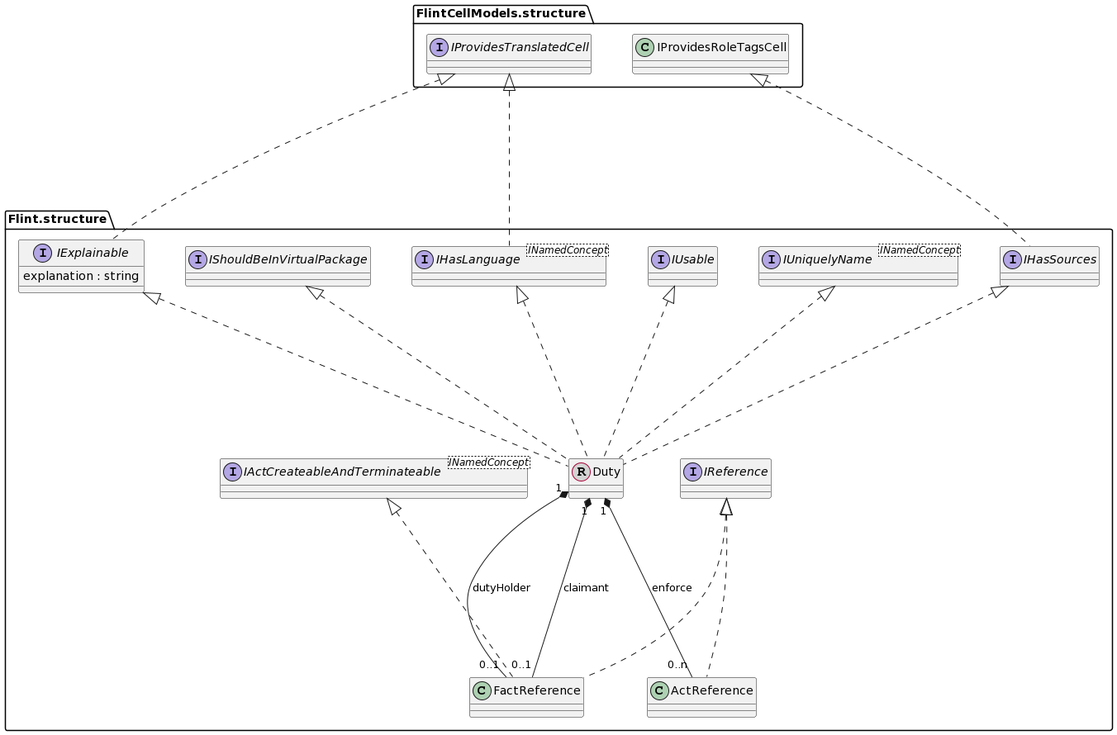
This is docs/uml/duty-model.png from discipl/flinteditor-mps, a PlantUML export, as it was before one commit.
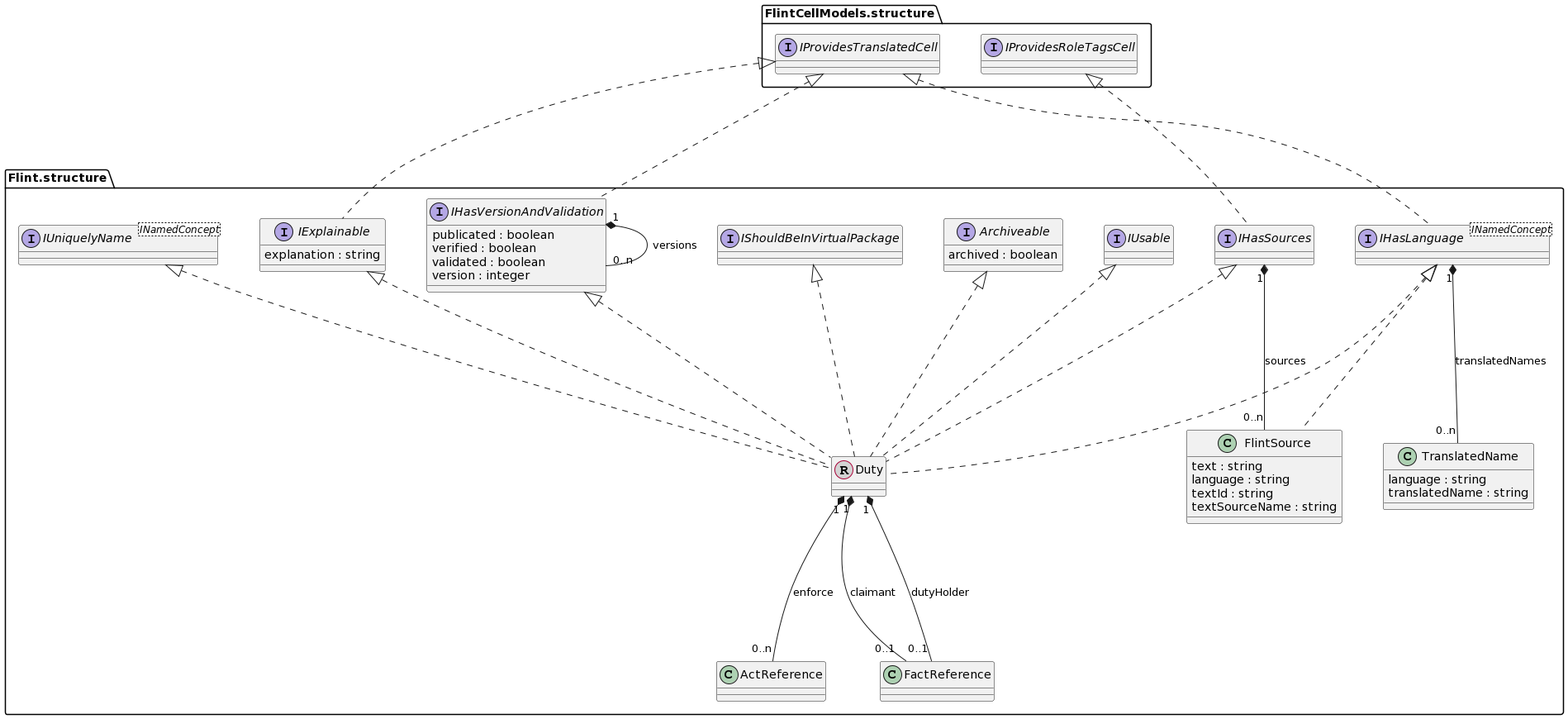
The same diagram one commit later.

Diff of the diagram source:
```diff
@@ -1,35 +1,52 @@
 @startuml
 skinparam nodesep 50
-skinparam ranksep 200
+skinparam ranksep 150
 
-class "Flint.structure.Duty"  << (R, lightgrey) >>
-class "Flint.structure.FactReference"
-interface "Flint.structure.IActCreateableAndTerminateable" <INamedConcept>
-interface "Flint.structure.IReference"
+interface "Flint.structure.IUniquelyName" <INamedConcept>
+interface "Flint.structure.IUsable"
+interface "Flint.structure.IHasVersionAndValidation"
+"Flint.structure.IHasVersionAndValidation" : publicated : boolean
+"Flint.structure.IHasVersionAndValidation" : verified : boolean
+"Flint.structure.IHasVersionAndValidation" : validated : boolean
+"Flint.structure.IHasVersionAndValidation" : version : integer
 interface "Flint.structure.IExplainable"
 "Flint.structure.IExplainable" : explanation : string
+interface "Flint.structure.IShouldBeInVirtualPackage"
+interface "Flint.structure.Archiveable"
+"Flint.structure.Archiveable" : archived : boolean
+interface "Flint.structure.IHasLanguage" <INamedConcept>
+interface "FlintCellModels.structure.IProvidesRoleTagsCell"
+interface "Flint.structure.IHasSources"
 interface "FlintCellModels.structure.IProvidesTranslatedCell"
-interface "Flint.structure.IUniquelyName" <INamedConcept>
-interface "Flint.structure.IUsable"
-interface "Flint.structure.IHasSources"
-interface "Flint.structure.IShouldBeInVirtualPackage"
-interface "Flint.structure.IHasLanguage" <INamedConcept>
+class "Flint.structure.Duty"  << (R, lightgrey) >>
 class "Flint.structure.ActReference"
+class "Flint.structure.FactReference"
+class "Flint.structure.TranslatedName"
+"Flint.structure.TranslatedName" : language : string
+"Flint.structure.TranslatedName" : translatedName : string
+class "Flint.structure.FlintSource"
+"Flint.structure.FlintSource" : text : string
+"Flint.structure.FlintSource" : language : string
+"Flint.structure.FlintSource" : textId : string
+"Flint.structure.FlintSource" : textSourceName : string
+"Flint.structure.IHasLanguage" <|.. "Flint.structure.FlintSource"
 
-
+"FlintCellModels.structure.IProvidesTranslatedCell" <|.. "Flint.structure.IHasVersionAndValidation"
+"FlintCellModels.structure.IProvidesTranslatedCell" <|.. "Flint.structure.IExplainable"
+"FlintCellModels.structure.IProvidesTranslatedCell" <|.. "Flint.structure.IHasLanguage"
+"FlintCellModels.structure.IProvidesRoleTagsCell" <|.. "Flint.structure.IHasSources"
 "Flint.structure.IUniquelyName" <|.. "Flint.structure.Duty"
 "Flint.structure.IExplainable" <|.. "Flint.structure.Duty"
 "Flint.structure.IUsable" <|.. "Flint.structure.Duty"
 "Flint.structure.IHasSources" <|.. "Flint.structure.Duty"
 "Flint.structure.IShouldBeInVirtualPackage" <|.. "Flint.structure.Duty"
 "Flint.structure.IHasLanguage" <|.. "Flint.structure.Duty"
+"Flint.structure.IHasVersionAndValidation" <|.. "Flint.structure.Duty"
+"Flint.structure.Archiveable" <|.. "Flint.structure.Duty"
 "Flint.structure.Duty" "1" *-- "0..1" "Flint.structure.FactReference" : dutyHolder
 "Flint.structure.Duty" "1" *-- "0..1" "Flint.structure.FactReference" : claimant
 "Flint.structure.Duty" "1" *-- "0..n" "Flint.structure.ActReference" : enforce
-"Flint.structure.IActCreateableAndTerminateable" <|.. "Flint.structure.FactReference"
-"Flint.structure.IReference" <|.. "Flint.structure.FactReference"
-"FlintCellModels.structure.IProvidesTranslatedCell" <|.. "Flint.structure.IExplainable"
-"FlintCellModels.structure.IProvidesTranslatedCell" <|.. "Flint.structure.IHasLanguage"
-"FlintCellModels.structure.IProvidesRoleTagsCell" <|.. "Flint.structure.IHasSources"
-"Flint.structure.IReference" <|.. "Flint.structure.ActReference"
+"Flint.structure.IHasVersionAndValidation" "1" *-- "0..n" "Flint.structure.IHasVersionAndValidation" : versions
+"Flint.structure.IHasLanguage" "1" *-- "0..n" "Flint.structure.TranslatedName" : translatedNames
+"Flint.structure.IHasSources" "1" *-- "0..n" "Flint.structure.FlintSource" : sources
 @enduml
```
